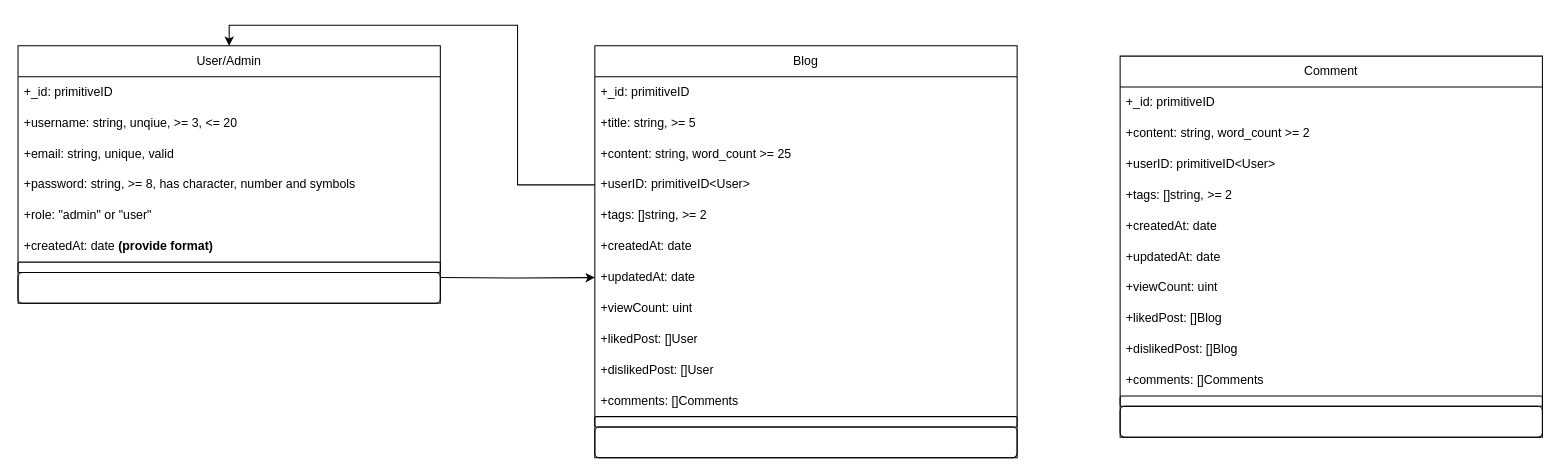
Above: backend/AAiT-backend-group-12/docs/Class Diagram.drawio in RealEskalate/a2sv-g5-project-phase-starter-project (draw.io), before the change. Source tidied: cells renumbered, new cells numbered last; positions are measured from the earlier drawing's top-left corner, leaving out a move shared by most shapes. Both pictures are drawn from the tidied source at 103%, with x=0, y=0 at pixel (18, 45).
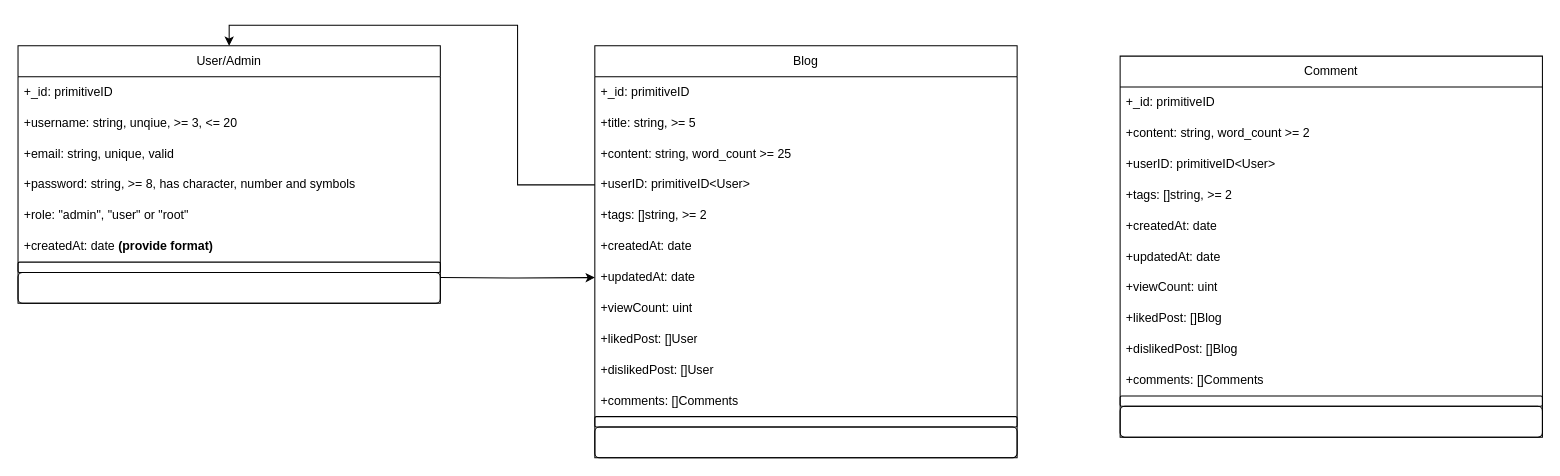
The same diagram, later.

The change refers to these unchanged cells:
```xml
<mxCell id="2" value="User/Admin" style="swimlane;fontStyle=0;horizontal=1;startSize=30;whiteSpace=wrap;html=1;" parent="1" vertex="1">
  <mxGeometry width="410" height="250" as="geometry" />
</mxCell>
```

The edit, as a diff of the source:
```diff
@@
-    <mxCell id="7" value="+role: &quot;admin&quot; or &quot;user&quot;" style="text;strokeColor=none;fillColor=none;align=left;verticalAlign=middle;spacingLeft=4;spacingRight=4;overflow=hidden;whiteSpace=wrap;html=1;" parent="2" vertex="1">
+    <mxCell id="7" value="+role: &quot;admin&quot;, &quot;user&quot; or &quot;root&quot;" style="text;strokeColor=none;fillColor=none;align=left;verticalAlign=middle;spacingLeft=4;spacingRight=4;overflow=hidden;whiteSpace=wrap;html=1;" parent="2" vertex="1">
       <mxGeometry y="150" width="410" height="30" as="geometry" />
     </mxCell>
```
